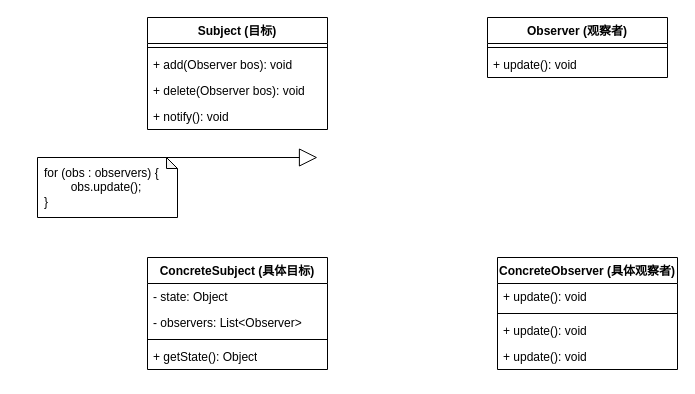
stick-i/resources keeps this draw.io diagram as drawio/观察者模式结构图.drawio. Above is the earlier version. Source tidied: cells renumbered, new cells numbered last; positions are measured from the earlier drawing's top-left corner, leaving out a move shared by most shapes. Both pictures are drawn from the tidied source at 100%, with x=0, y=0 at pixel (37, 17).
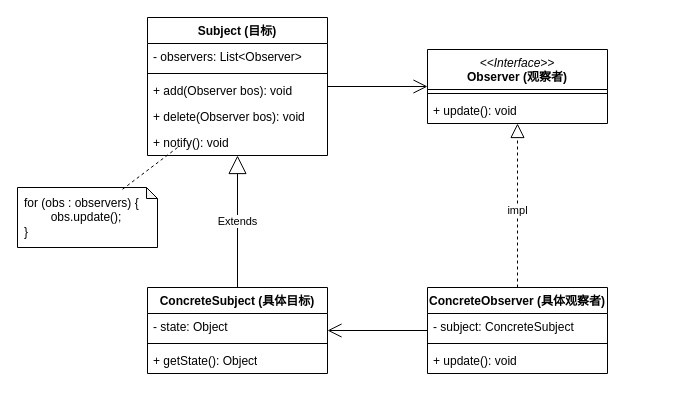
The same page after the edit.

Commit message (it also covers changes not shown here):
更新观察者模式结构图.drawio

Change to the diagram source:
```diff
@@
     <mxCell id="2" value="Subject (目标)" style="swimlane;fontStyle=1;align=center;verticalAlign=top;horizontal=1;startSize=26;whiteSpace=wrap;html=1;" parent="1" vertex="1">
-      <mxGeometry x="110" width="180" height="112" as="geometry" />
+      <mxGeometry x="110" width="180" height="138" as="geometry" />
     </mxCell>
+    <mxCell id="9" value="- observers: List&amp;lt;Observer&amp;gt;" style="text;strokeColor=none;fillColor=none;align=left;verticalAlign=top;spacingLeft=4;spacingRight=4;overflow=hidden;whiteSpace=wrap;html=1;" parent="2" vertex="1">
+      <mxGeometry y="26" width="180" height="26" as="geometry" />
+    </mxCell>
     <mxCell id="3" style="line;strokeWidth=1;fillColor=none;align=left;verticalAlign=middle;spacingTop=-1;spacingLeft=3;spacingRight=3;labelPosition=right;strokeColor=inherit;" parent="2" vertex="1">
-      <mxGeometry y="26" width="180" height="8" as="geometry" />
+      <mxGeometry y="52" width="180" height="8" as="geometry" />
     </mxCell>
     <mxCell id="4" value="+ add(Observer bos): void" style="text;strokeColor=none;fillColor=none;align=left;verticalAlign=top;spacingLeft=4;spacingRight=4;overflow=hidden;whiteSpace=wrap;html=1;" parent="2" vertex="1">
-      <mxGeometry y="34" width="180" height="26" as="geometry" />
+      <mxGeometry y="60" width="180" height="26" as="geometry" />
     </mxCell>
     <mxCell id="5" value="+ delete(Observer bos): void" style="text;strokeColor=none;fillColor=none;align=left;verticalAlign=top;spacingLeft=4;spacingRight=4;overflow=hidden;whiteSpace=wrap;html=1;" parent="2" vertex="1">
-      <mxGeometry y="60" width="180" height="26" as="geometry" />
+      <mxGeometry y="86" width="180" height="26" as="geometry" />
     </mxCell>
     <mxCell id="6" value="+ notify(): void" style="text;strokeColor=none;fillColor=none;align=left;verticalAlign=top;spacingLeft=4;spacingRight=4;overflow=hidden;points=[[0,0.5],[1,0.5]];portConstraint=eastwest;whiteSpace=wrap;html=1;" parent="2" vertex="1">
-      <mxGeometry y="86" width="180" height="26" as="geometry" />
+      <mxGeometry y="112" width="180" height="26" as="geometry" />
     </mxCell>
     <mxCell id="7" value="ConcreteSubject (具体目标)" style="swimlane;fontStyle=1;align=center;verticalAlign=top;horizontal=1;startSize=26;whiteSpace=wrap;html=1;" parent="1" vertex="1">
-      <mxGeometry x="110" y="240" width="180" height="112" as="geometry" />
+      <mxGeometry x="110" y="270" width="180" height="86" as="geometry" />
     </mxCell>
@@
-    <mxCell id="9" value="- observers: List&amp;lt;Observer&amp;gt;" style="text;strokeColor=none;fillColor=none;align=left;verticalAlign=top;spacingLeft=4;spacingRight=4;overflow=hidden;whiteSpace=wrap;html=1;" parent="7" vertex="1">
-      <mxGeometry y="52" width="180" height="26" as="geometry" />
-    </mxCell>
     <mxCell id="10" style="line;strokeWidth=1;fillColor=none;align=left;verticalAlign=middle;spacingTop=-1;spacingLeft=3;spacingRight=3;labelPosition=right;strokeColor=inherit;" parent="7" vertex="1">
-      <mxGeometry y="78" width="180" height="8" as="geometry" />
+      <mxGeometry y="52" width="180" height="8" as="geometry" />
     </mxCell>
     <mxCell id="11" value="+ getState(): Object" style="text;strokeColor=none;fillColor=none;align=left;verticalAlign=top;spacingLeft=4;spacingRight=4;overflow=hidden;whiteSpace=wrap;html=1;" parent="7" vertex="1">
-      <mxGeometry y="86" width="180" height="26" as="geometry" />
+      <mxGeometry y="60" width="180" height="26" as="geometry" />
     </mxCell>
-    <mxCell id="12" style="endArrow=block;endSize=16;endFill=0;html=1;rounded=0;" parent="1" edge="1">
-      <mxGeometry relative="1" as="geometry">
-        <mxPoint x="120" y="140" as="sourcePoint" />
-        <mxPoint x="280" y="140" as="targetPoint" />
-      </mxGeometry>
-    </mxCell>
-    <mxCell id="13" value="Observer (观察者&lt;span style=&quot;background-color: initial;&quot;&gt;)&lt;/span&gt;" style="swimlane;fontStyle=1;align=center;verticalAlign=top;horizontal=1;startSize=26;whiteSpace=wrap;html=1;" parent="1" vertex="1">
-      <mxGeometry x="450" width="180" height="60" as="geometry" />
+    <mxCell id="13" value="&lt;div&gt;&lt;i style=&quot;font-weight: 400;&quot;&gt;&amp;lt;&amp;lt;Interface&amp;gt;&amp;gt;&lt;/i&gt;&lt;br&gt;&lt;/div&gt;Observer (观察者&lt;span style=&quot;background-color: initial;&quot;&gt;)&lt;/span&gt;" style="swimlane;fontStyle=1;align=center;verticalAlign=top;horizontal=1;startSize=40;whiteSpace=wrap;html=1;" parent="1" vertex="1">
+      <mxGeometry x="390" y="32" width="180" height="74" as="geometry" />
     </mxCell>
     <mxCell id="14" style="line;strokeWidth=1;fillColor=none;align=left;verticalAlign=middle;spacingTop=-1;spacingLeft=3;spacingRight=3;labelPosition=right;strokeColor=inherit;" parent="13" vertex="1">
-      <mxGeometry y="26" width="180" height="8" as="geometry" />
+      <mxGeometry y="40" width="180" height="8" as="geometry" />
     </mxCell>
     <mxCell id="15" value="+ update(): void" style="text;strokeColor=none;fillColor=none;align=left;verticalAlign=top;spacingLeft=4;spacingRight=4;overflow=hidden;whiteSpace=wrap;html=1;" parent="13" vertex="1">
-      <mxGeometry y="34" width="180" height="26" as="geometry" />
+      <mxGeometry y="48" width="180" height="26" as="geometry" />
     </mxCell>
     <mxCell id="16" value="ConcreteObserver (具体观察者&lt;span style=&quot;background-color: initial;&quot;&gt;)&lt;/span&gt;" style="swimlane;fontStyle=1;align=center;verticalAlign=top;horizontal=1;startSize=26;whiteSpace=wrap;html=1;" parent="1" vertex="1">
-      <mxGeometry x="460" y="240" width="180" height="112" as="geometry" />
+      <mxGeometry x="390" y="270" width="180" height="86" as="geometry" />
     </mxCell>
-    <mxCell id="17" value="+ update(): void" style="text;strokeColor=none;fillColor=none;align=left;verticalAlign=top;spacingLeft=4;spacingRight=4;overflow=hidden;whiteSpace=wrap;html=1;" parent="16" vertex="1">
+    <mxCell id="17" value="- subject: ConcreteSubject" style="text;strokeColor=none;fillColor=none;align=left;verticalAlign=top;spacingLeft=4;spacingRight=4;overflow=hidden;whiteSpace=wrap;html=1;" parent="16" vertex="1">
       <mxGeometry y="26" width="180" height="26" as="geometry" />
     </mxCell>
@@
-    <mxCell id="19" value="+ update(): void" style="text;strokeColor=none;fillColor=none;align=left;verticalAlign=top;spacingLeft=4;spacingRight=4;overflow=hidden;whiteSpace=wrap;html=1;" parent="16" vertex="1">
-      <mxGeometry y="60" width="180" height="26" as="geometry" />
-    </mxCell>
     <mxCell id="20" value="+ update(): void" style="text;strokeColor=none;fillColor=none;align=left;verticalAlign=top;spacingLeft=4;spacingRight=4;overflow=hidden;whiteSpace=wrap;html=1;" parent="16" vertex="1">
-      <mxGeometry y="86" width="180" height="26" as="geometry" />
+      <mxGeometry y="60" width="180" height="26" as="geometry" />
     </mxCell>
     <mxCell id="21" value="for (obs : observers) {&lt;div&gt;&lt;span style=&quot;white-space: pre;&quot;&gt;&#9;&lt;/span&gt;obs.update();&lt;br&gt;&lt;div&gt;}&lt;/div&gt;&lt;/div&gt;" style="shape=note;whiteSpace=wrap;html=1;backgroundOutline=1;darkOpacity=0.05;size=11;align=left;spacingLeft=5;spacingRight=5;" parent="1" vertex="1">
-      <mxGeometry y="140" width="140" height="60" as="geometry" />
+      <mxGeometry x="-20" y="170" width="140" height="60" as="geometry" />
     </mxCell>
+    <mxCell id="22" style="endArrow=none;dashed=1;html=1;rounded=0;exitX=0.75;exitY=0.03;exitDx=0;exitDy=0;exitPerimeter=0;entryX=0.167;entryY=0.692;entryDx=0;entryDy=0;entryPerimeter=0;" parent="1" edge="1" source="21" target="6">
+      <mxGeometry relative="1" as="geometry" />
+    </mxCell>
+    <mxCell id="23" value="Extends" style="endArrow=block;endSize=16;endFill=0;html=1;rounded=0;" parent="1" edge="1" source="7" target="2">
+      <mxGeometry relative="1" as="geometry" />
+    </mxCell>
+    <mxCell id="24" style="endArrow=open;endFill=1;endSize=12;html=1;rounded=0;" parent="1" edge="1" source="2" target="13">
+      <mxGeometry relative="1" as="geometry" />
+    </mxCell>
+    <mxCell id="25" style="endArrow=open;endFill=1;endSize=12;html=1;rounded=0;" parent="1" edge="1" source="16" target="7">
+      <mxGeometry relative="1" as="geometry" />
+    </mxCell>
+    <mxCell id="26" style="endArrow=block;dashed=1;endFill=0;endSize=12;html=1;rounded=0;" parent="1" edge="1" source="16" target="13">
+      <mxGeometry relative="1" as="geometry" />
+    </mxCell>
+    <mxCell id="27" value="impl" style="edgeLabel;html=1;align=center;verticalAlign=middle;" parent="26" vertex="1">
+      <mxGeometry x="-0.05" y="1" relative="1" as="geometry" />
+    </mxCell>
```
